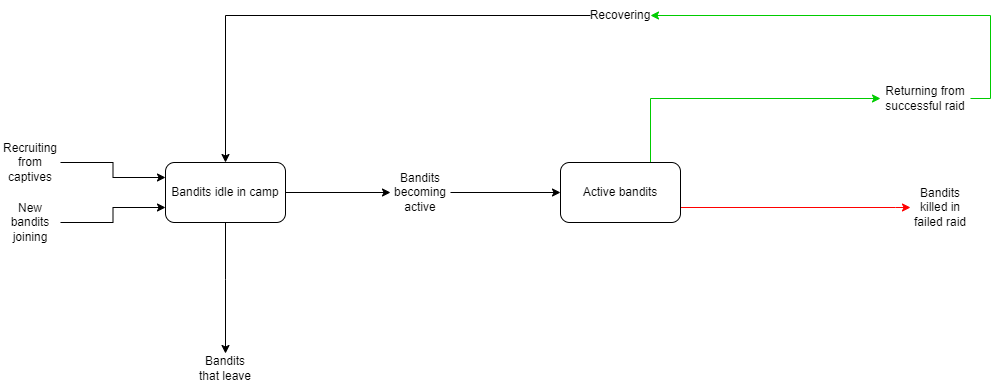
The draw.io diagram Flowchart/BanditFlow.drawio.png in FunkMarvel/Comp-4-SST, before a commit. Source tidied: cells renumbered, new cells last; positions are measured from the earlier drawing's top-left corner, leaving out a move shared by most shapes.
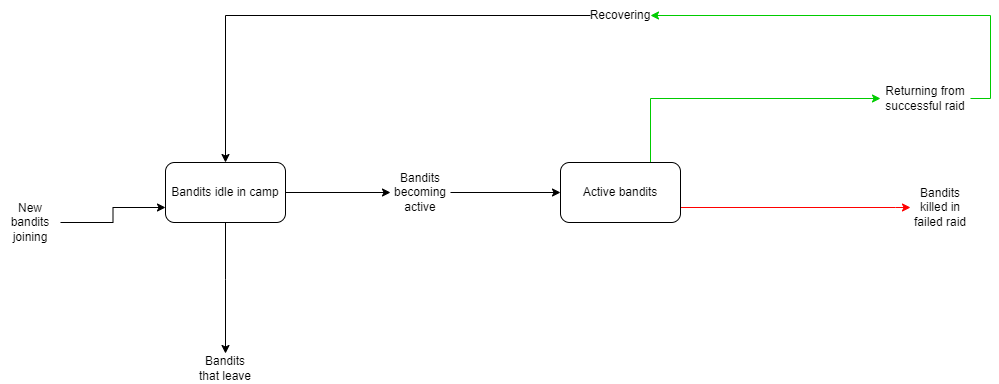
After the change.

The edit, as a diff of the source:
```diff
@@ -35,12 +35,6 @@
     <mxCell id="9" value="New bandits joining" style="text;html=1;strokeColor=none;fillColor=none;align=center;verticalAlign=middle;whiteSpace=wrap;rounded=0;" parent="1" vertex="1">
       <mxGeometry y="207" width="60" height="30" as="geometry" />
     </mxCell>
-    <mxCell id="10" style="edgeStyle=orthogonalEdgeStyle;rounded=0;jettySize=auto;html=1;entryX=0;entryY=0.25;entryDx=0;entryDy=0;strokeColor=#000000;" parent="1" edge="1" source="11" target="4">
-      <mxGeometry relative="1" as="geometry" />
-    </mxCell>
-    <mxCell id="11" value="Recruiting from captives" style="text;html=1;strokeColor=none;fillColor=none;align=center;verticalAlign=middle;whiteSpace=wrap;rounded=0;" parent="1" vertex="1">
-      <mxGeometry y="147" width="60" height="30" as="geometry" />
-    </mxCell>
     <mxCell id="12" value="Bandits killed in failed raid" style="text;html=1;strokeColor=none;fillColor=none;align=center;verticalAlign=middle;whiteSpace=wrap;rounded=0;" parent="1" vertex="1">
       <mxGeometry x="910" y="192" width="60" height="30" as="geometry" />
     </mxCell>
```
